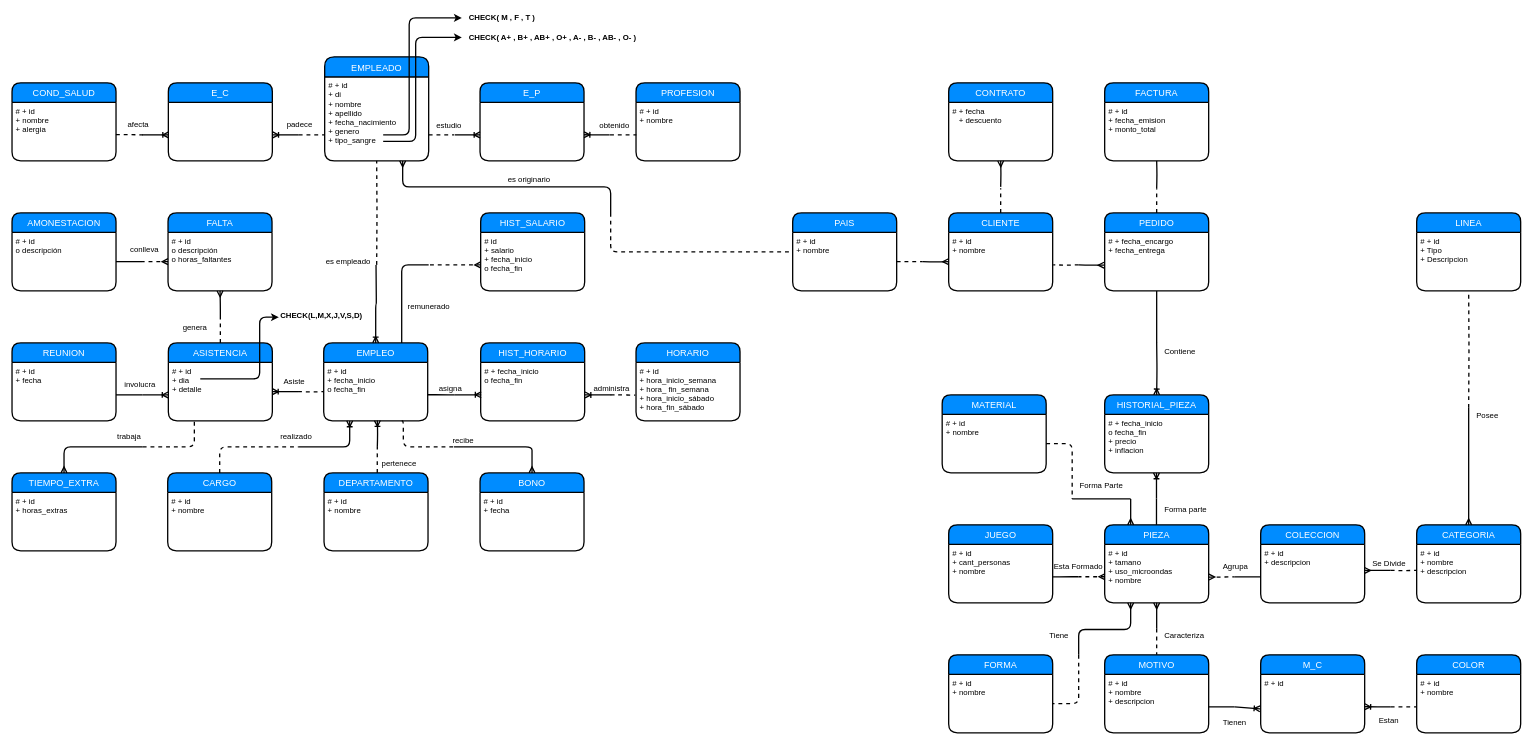
Above: Documentos/Rubrica1/MER.drawio in gctv01/BD1Project2019 (draw.io), before the change. Source tidied: cells renumbered, new cells numbered last; positions are measured from the earlier drawing's top-left corner, leaving out a move shared by most shapes. Both pictures are drawn from the tidied source at 65%, with x=0, y=0 at pixel (12, 11).
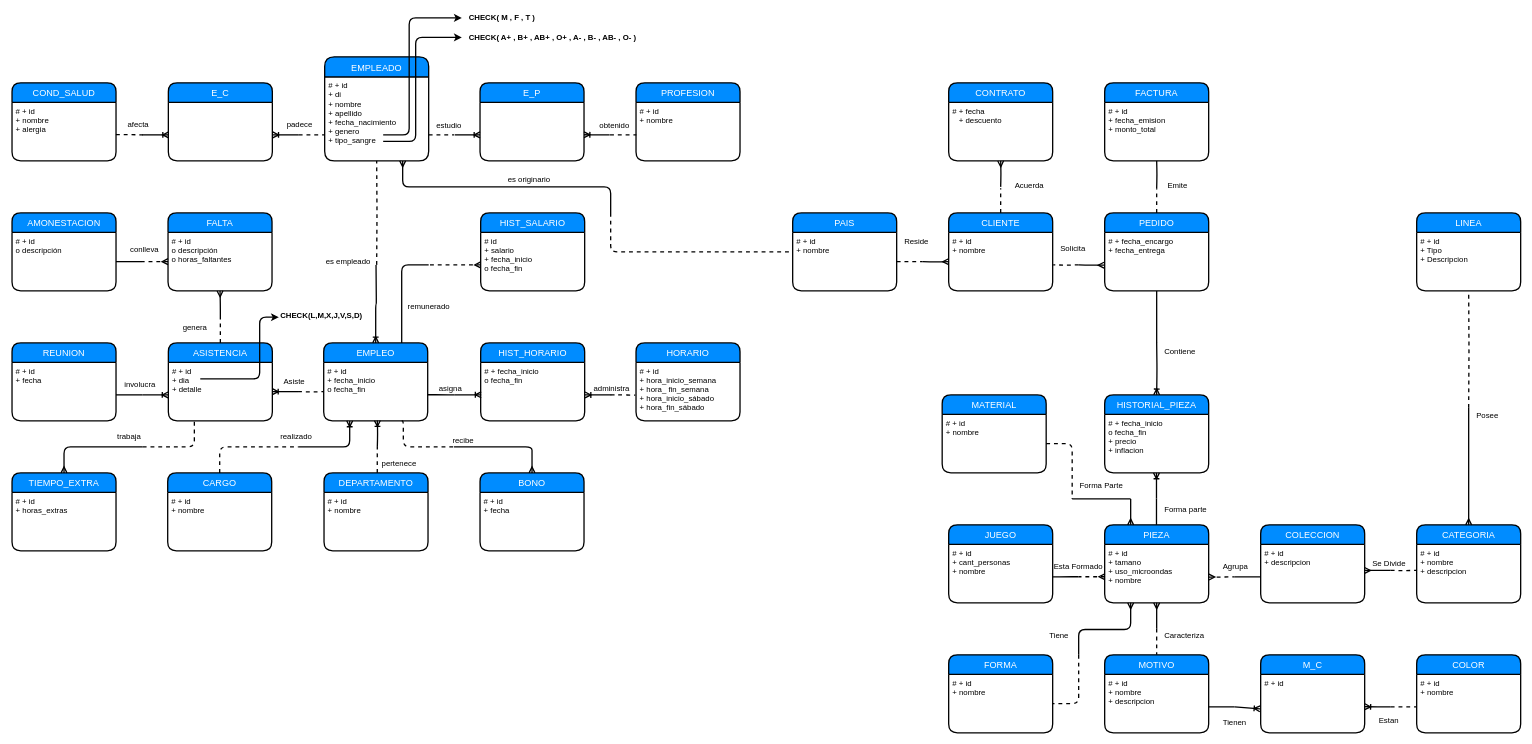
After the change.

The edit, as a diff of the source:
```diff
@@
+    <mxCell id="165" value="Solicita" style="text;html=1;align=left;verticalAlign=top;spacingTop=-4;" parent="1" vertex="1">
+      <mxGeometry x="1611" y="355" width="50" height="20" as="geometry" />
+    </mxCell>
+    <mxCell id="166" value="Emite" style="text;html=1;align=left;verticalAlign=top;spacingTop=-4;" parent="1" vertex="1">
+      <mxGeometry x="1776" y="259" width="50" height="20" as="geometry" />
+    </mxCell>
+    <mxCell id="167" value="Acuerda" style="text;html=1;align=left;verticalAlign=top;spacingTop=-4;" parent="1" vertex="1">
+      <mxGeometry x="1541" y="259" width="60" height="20" as="geometry" />
+    </mxCell>
+    <mxCell id="168" value="Reside" style="text;html=1;align=left;verticalAlign=top;spacingTop=-4;" parent="1" vertex="1">
+      <mxGeometry x="1371" y="345" width="50" height="20" as="geometry" />
+    </mxCell>
```
